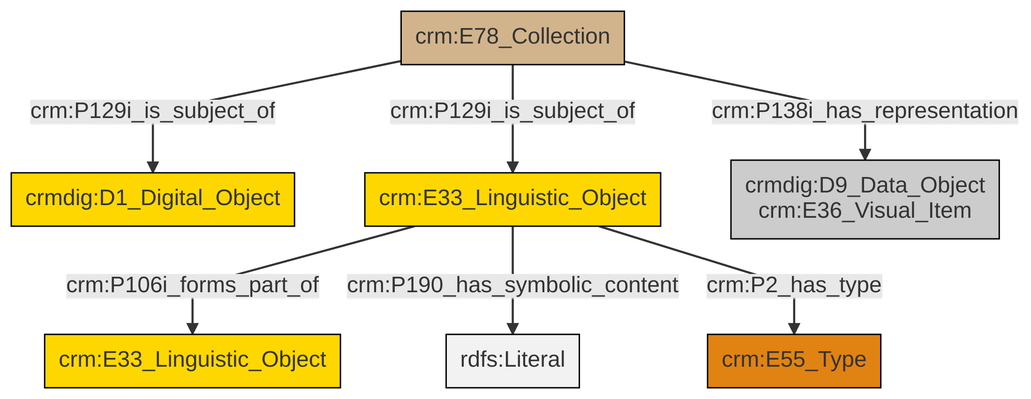
Earlier version of the Mermaid export et/archivalCSV/ttl/mmd/png/archival_docs.png (swiss-art-research-net/docs.swissartresearch). Its source is kept beside it as et/archivalCSV/ttl/mmd/archival_docs.ttl.mmd.
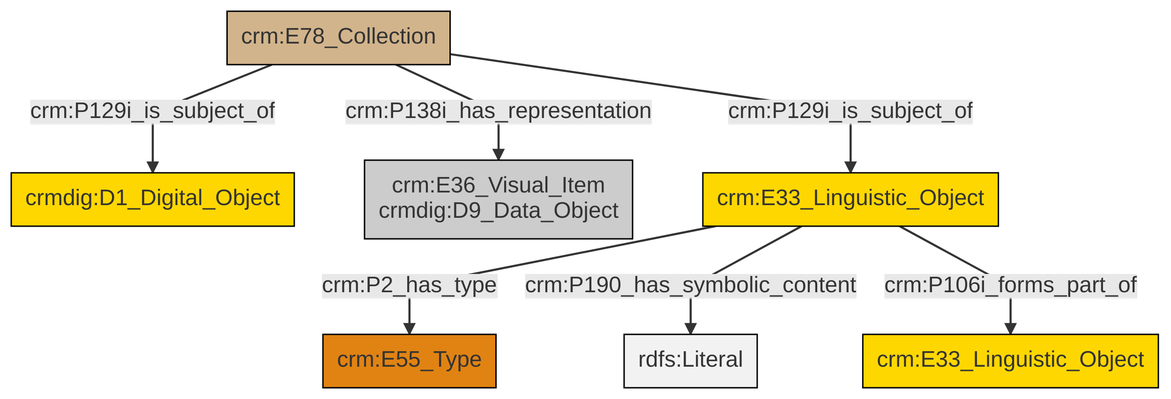
Later version of the same file.

Change to the diagram source:
```diff
@@ -13,9 +13,9 @@
 classDef PC_Classes fill:#4ce600, stroke:#000000;
 classDef Multi fill:#cccccc,stroke:#000000;
 
-0["crm:E78_Collection"]:::Physical_Thing -->|crm:P129i_is_subject_of| 1["crmdig:D1_Digital_Object"]:::Conceptual_Object
-4["crm:E33_Linguistic_Object"]:::Conceptual_Object -->|crm:P106i_forms_part_of| 5["crm:E33_Linguistic_Object"]:::Conceptual_Object
-0["crm:E78_Collection"]:::Physical_Thing -->|crm:P129i_is_subject_of| 4["crm:E33_Linguistic_Object"]:::Conceptual_Object
-4["crm:E33_Linguistic_Object"]:::Conceptual_Object -->|crm:P190_has_symbolic_content| 9[rdfs:Literal]:::Literal
-0["crm:E78_Collection"]:::Physical_Thing -->|crm:P138i_has_representation| 7["crmdig:D9_Data_Object<br>crm:E36_Visual_Item"]:::Multi
-4["crm:E33_Linguistic_Object"]:::Conceptual_Object -->|crm:P2_has_type| 2["crm:E55_Type"]:::Type
+4["crm:E78_Collection"]:::Physical_Thing -->|crm:P129i_is_subject_of| 2["crmdig:D1_Digital_Object"]:::Conceptual_Object
+7["crm:E33_Linguistic_Object"]:::Conceptual_Object -->|crm:P2_has_type| 0["crm:E55_Type"]:::Type
+7["crm:E33_Linguistic_Object"]:::Conceptual_Object -->|crm:P190_has_symbolic_content| 8[rdfs:Literal]:::Literal
+4["crm:E78_Collection"]:::Physical_Thing -->|crm:P129i_is_subject_of| 7["crm:E33_Linguistic_Object"]:::Conceptual_Object
+7["crm:E33_Linguistic_Object"]:::Conceptual_Object -->|crm:P106i_forms_part_of| 12["crm:E33_Linguistic_Object"]:::Conceptual_Object
+4["crm:E78_Collection"]:::Physical_Thing -->|crm:P138i_has_representation| 5["crm:E36_Visual_Item<br>crmdig:D9_Data_Object"]:::Multi
```
